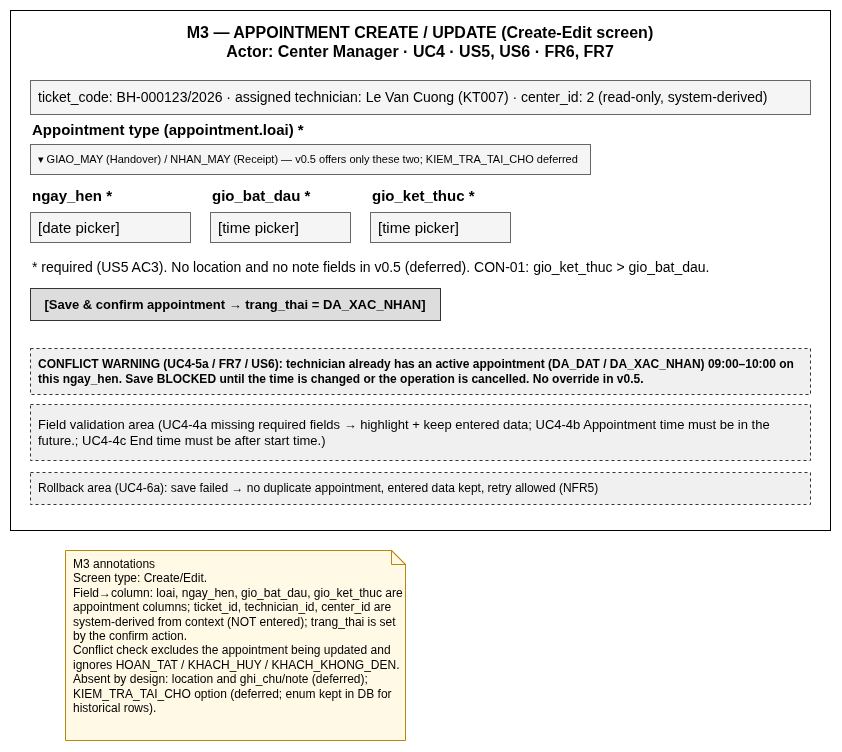
The draw.io diagram docs/exports/Wireframe_Screen-M3_EN.png in RASPHONE/cdtn1-rasphonesamphanthamith-l4, before a commit. Source tidied: cells renumbered, new cells last; positions are measured from the earlier drawing's top-left corner, leaving out a move shared by most shapes.
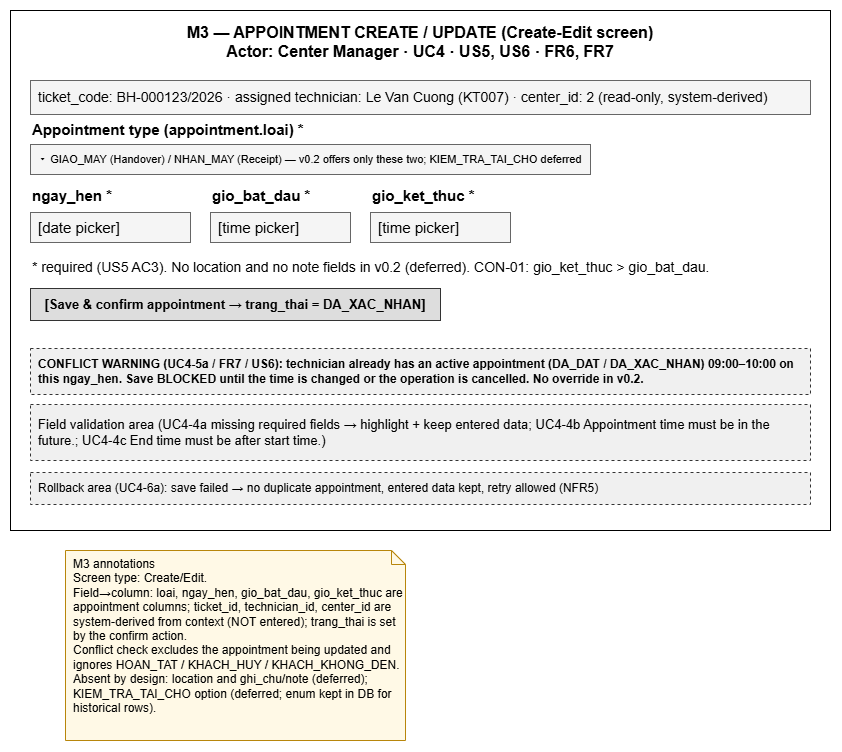
The same file after the commit.

Diff of the diagram source:
```diff
@@ -11,7 +11,7 @@
     <mxCell id="4" value="Appointment type (appointment.loai) *" style="text;html=1;align=left;fontSize=15;fontStyle=1;" parent="1" vertex="1">
       <mxGeometry x="20" y="104" width="260" height="18" as="geometry" />
     </mxCell>
-    <mxCell id="5" value="▾ GIAO_MAY (Handover) / NHAN_MAY (Receipt) — v0.5 offers only these two; KIEM_TRA_TAI_CHO deferred" style="rounded=0;whiteSpace=wrap;html=1;fillColor=#F5F5F5;strokeColor=#666666;align=left;spacingLeft=6;fontSize=11;" parent="1" vertex="1">
+    <mxCell id="5" value="▾ GIAO_MAY (Handover) / NHAN_MAY (Receipt) — v0.2 offers only these two; KIEM_TRA_TAI_CHO deferred" style="rounded=0;whiteSpace=wrap;html=1;fillColor=#F5F5F5;strokeColor=#666666;align=left;spacingLeft=6;fontSize=11;" parent="1" vertex="1">
       <mxGeometry x="20" y="134" width="560" height="30" as="geometry" />
     </mxCell>
     <mxCell id="6" value="ngay_hen *" style="text;html=1;align=left;fontSize=15;fontStyle=1;" parent="1" vertex="1">
@@ -32,13 +32,13 @@
     <mxCell id="11" value="[time picker]" style="rounded=0;whiteSpace=wrap;html=1;fillColor=#F5F5F5;strokeColor=#666666;align=left;spacingLeft=6;fontSize=15;" parent="1" vertex="1">
       <mxGeometry x="360" y="202" width="140" height="30" as="geometry" />
     </mxCell>
-    <mxCell id="12" value="* required (US5 AC3). No location and no note fields in v0.5 (deferred). CON-01: gio_ket_thuc &amp;gt; gio_bat_dau." style="text;html=1;align=left;fontSize=14;" parent="1" vertex="1">
+    <mxCell id="12" value="* required (US5 AC3). No location and no note fields in v0.2 (deferred). CON-01: gio_ket_thuc &amp;gt; gio_bat_dau." style="text;html=1;align=left;fontSize=14;" parent="1" vertex="1">
       <mxGeometry x="20" y="242" width="780" height="18" as="geometry" />
     </mxCell>
     <mxCell id="13" value="[Save &amp;amp; confirm appointment → trang_thai = DA_XAC_NHAN]" style="rounded=0;whiteSpace=wrap;html=1;fillColor=#DDDDDD;strokeColor=#333333;fontSize=13;fontStyle=1;" parent="1" vertex="1">
       <mxGeometry x="20" y="278" width="410" height="32" as="geometry" />
     </mxCell>
-    <mxCell id="14" value="CONFLICT WARNING (UC4-5a / FR7 / US6): technician already has an active appointment (DA_DAT / DA_XAC_NHAN) 09:00–10:00 on this ngay_hen. Save BLOCKED until the time is changed or the operation is cancelled. No override in v0.5." style="rounded=0;whiteSpace=wrap;html=1;fillColor=#F0F0F0;strokeColor=#333333;dashed=1;align=left;spacingLeft=6;fontSize=12;fontStyle=1;" parent="1" vertex="1">
+    <mxCell id="14" value="CONFLICT WARNING (UC4-5a / FR7 / US6): technician already has an active appointment (DA_DAT / DA_XAC_NHAN) 09:00–10:00 on this ngay_hen. Save BLOCKED until the time is changed or the operation is cancelled. No override in v0.2." style="rounded=0;whiteSpace=wrap;html=1;fillColor=#F0F0F0;strokeColor=#333333;dashed=1;align=left;spacingLeft=6;fontSize=12;fontStyle=1;" parent="1" vertex="1">
       <mxGeometry x="20" y="338" width="780" height="46" as="geometry" />
     </mxCell>
     <mxCell id="15" value="Field validation area (UC4-4a missing required fields → highlight + keep entered data; UC4-4b Appointment time must be in the future.; UC4-4c End time must be after start time.)" style="rounded=0;whiteSpace=wrap;html=1;fillColor=#F0F0F0;strokeColor=#333333;dashed=1;align=left;spacingLeft=6;fontSize=13;" parent="1" vertex="1">
```
